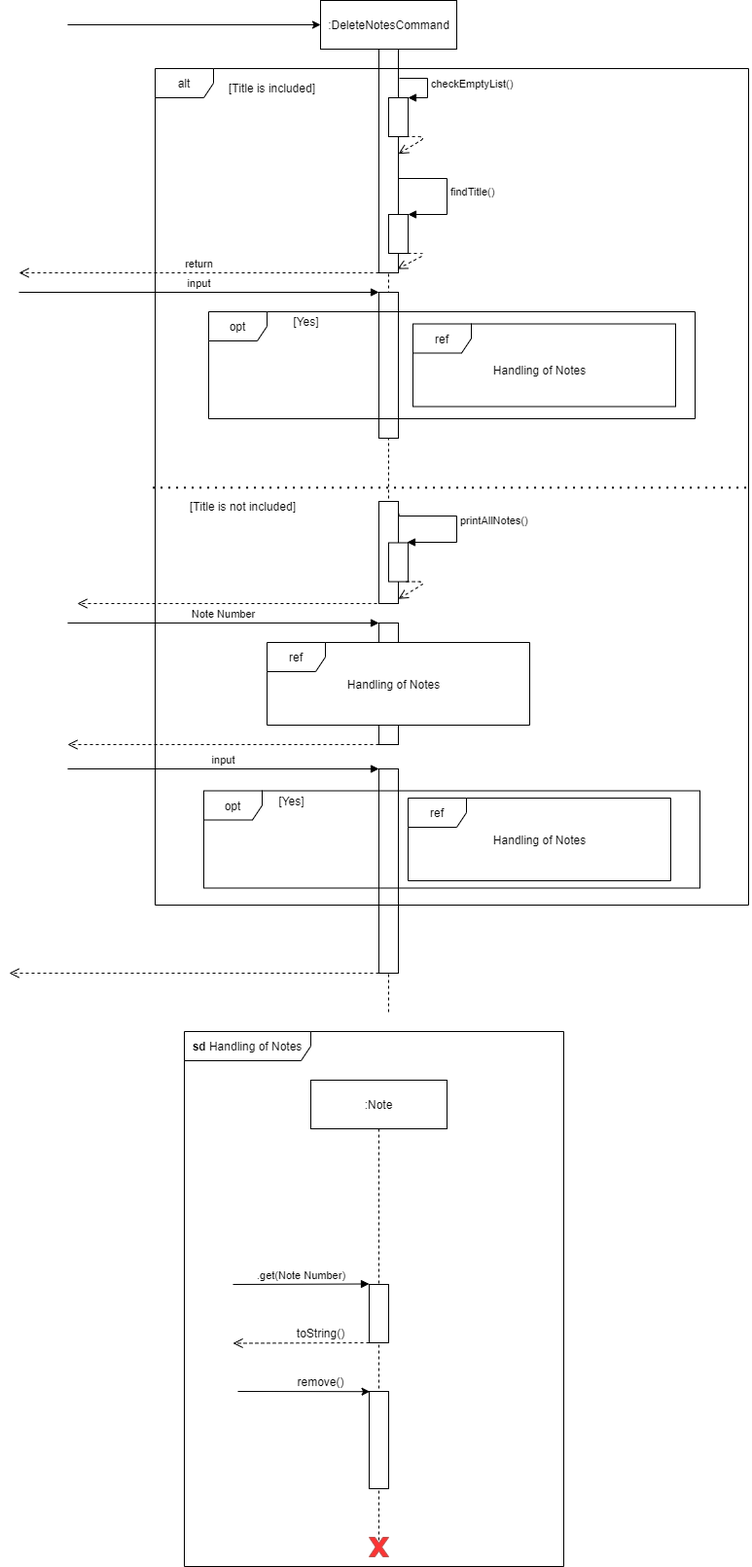
The draw.io diagram docs/images/DeveloperGuide/Figure 4.5-2.png in skyaxe97/tp, before a commit. Source tidied: cells renumbered, new cells last; positions are measured from the earlier drawing's top-left corner, leaving out a move shared by most shapes.
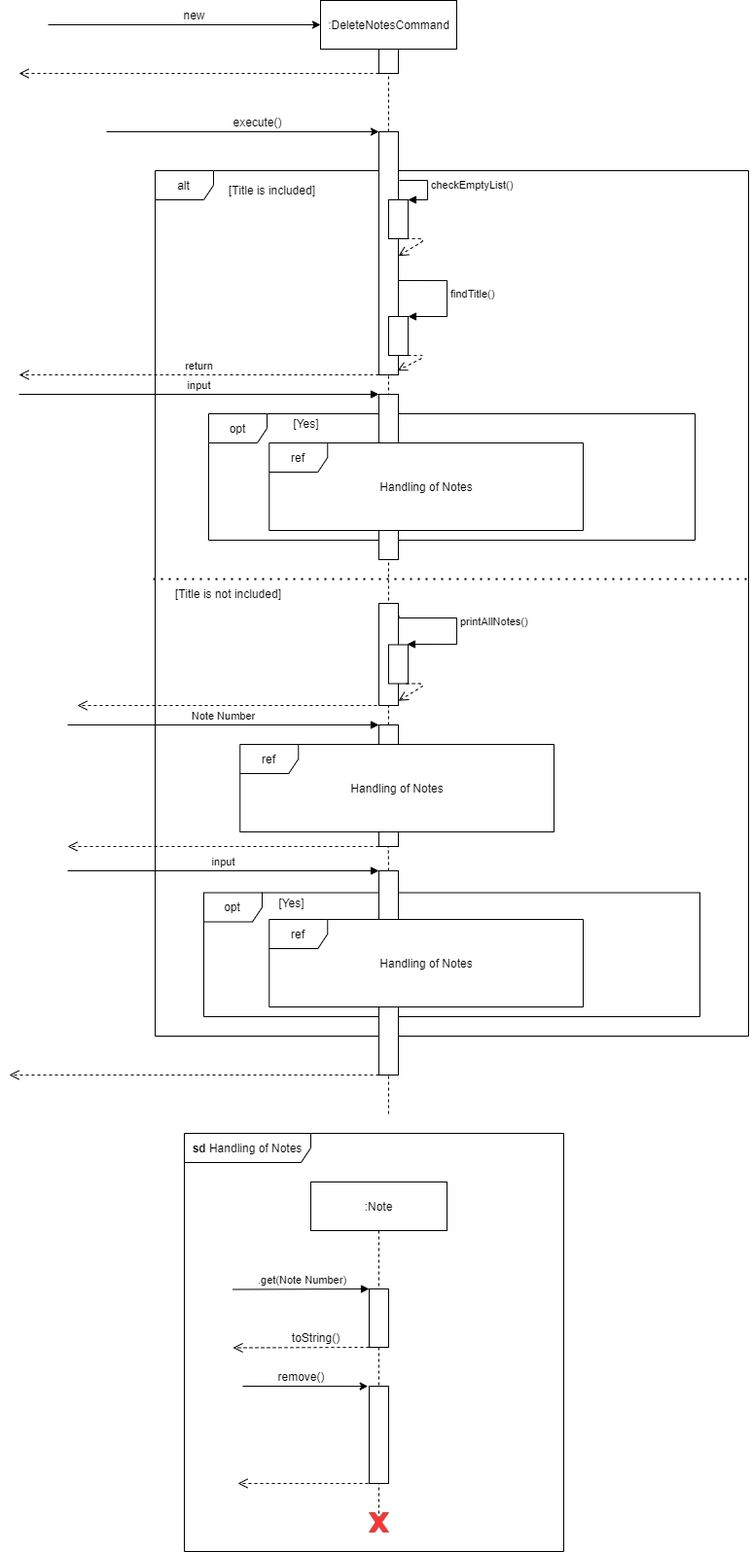
After the commit.

Diff of the diagram source:
```diff
@@ -2,31 +2,40 @@
   <root>
     <mxCell id="0" />
     <mxCell id="1" parent="0" />
+    <mxCell id="5" value="&lt;b&gt;sd &lt;/b&gt;Handling of&amp;nbsp;Notes" style="shape=umlFrame;whiteSpace=wrap;html=1;fillColor=#FFFFFF;width=130;height=30;" parent="1" vertex="1">
+      <mxGeometry x="180" y="1060" width="390" height="430" as="geometry" />
+    </mxCell>
+    <mxCell id="52" value="alt" style="shape=umlFrame;whiteSpace=wrap;html=1;" parent="1" vertex="1">
+      <mxGeometry x="150" y="70" width="610" height="890" as="geometry" />
+    </mxCell>
+    <mxCell id="51" value="opt" style="shape=umlFrame;whiteSpace=wrap;html=1;" parent="1" vertex="1">
+      <mxGeometry x="200" y="812.5" width="510" height="127.5" as="geometry" />
+    </mxCell>
+    <mxCell id="21" value="opt" style="shape=umlFrame;whiteSpace=wrap;html=1;" parent="1" vertex="1">
+      <mxGeometry x="205" y="320" width="500" height="130" as="geometry" />
+    </mxCell>
     <mxCell id="2" style="rounded=0;whiteSpace=wrap;html=1;" parent="1" vertex="1">
       <mxGeometry x="380" y="640" width="20" height="20" as="geometry" />
     </mxCell>
     <mxCell id="3" style="endArrow=none;dashed=1;html=1;entryX=0.5;entryY=1;entryDx=0;entryDy=0;exitX=0.5;exitY=1;exitDx=0;exitDy=0;" parent="1" edge="1" source="30" target="9">
       <mxGeometry relative="1" as="geometry" />
     </mxCell>
-    <mxCell id="4" style="rounded=0;whiteSpace=wrap;html=1;" parent="1" vertex="1">
-      <mxGeometry x="380" y="300" width="20" height="150" as="geometry" />
+    <mxCell id="4" style="rounded=0;whiteSpace=wrap;html=1;fillColor=#FFFFFF;" parent="1" vertex="1">
+      <mxGeometry x="380" y="300" width="20" height="170" as="geometry" />
     </mxCell>
-    <mxCell id="5" value="&lt;b&gt;sd &lt;/b&gt;Handling of&amp;nbsp;Notes" style="shape=umlFrame;whiteSpace=wrap;html=1;fillColor=#FFFFFF;width=130;height=30;" parent="1" vertex="1">
-      <mxGeometry x="180" y="1060" width="390" height="550" as="geometry" />
-    </mxCell>
     <mxCell id="6" value=":DeleteNotesCommand" style="html=1;" parent="1" vertex="1">
-      <mxGeometry x="320" width="140" height="50" as="geometry" />
+      <mxGeometry x="320" y="-105" width="140" height="50" as="geometry" />
     </mxCell>
-    <mxCell id="7" style="endArrow=none;dashed=1;html=1;entryX=0.5;entryY=1;entryDx=0;entryDy=0;" parent="1" edge="1" source="9" target="6">
+    <mxCell id="7" style="endArrow=none;dashed=1;html=1;entryX=0.5;entryY=1;entryDx=0;entryDy=0;" parent="1" edge="1" source="54" target="6">
       <mxGeometry relative="1" as="geometry" />
     </mxCell>
     <mxCell id="8" style="endArrow=classic;html=1;entryX=0;entryY=0.5;entryDx=0;entryDy=0;" parent="1" edge="1" target="6">
       <mxGeometry relative="1" as="geometry">
-        <mxPoint x="60" y="25" as="sourcePoint" />
+        <mxPoint x="40" y="-80" as="sourcePoint" />
       </mxGeometry>
     </mxCell>
     <mxCell id="9" style="rounded=0;whiteSpace=wrap;html=1;" parent="1" vertex="1">
-      <mxGeometry x="380" y="50" width="20" height="230" as="geometry" />
+      <mxGeometry x="380" y="30" width="20" height="250" as="geometry" />
     </mxCell>
     <mxCell id="10" style="html=1;points=[];perimeter=orthogonalPerimeter;" parent="1" vertex="1">
       <mxGeometry x="390" y="100" width="20" height="40" as="geometry" />
@@ -40,14 +49,16 @@
         </Array>
       </mxGeometry>
     </mxCell>
-    <mxCell id="12" style="endArrow=none;dashed=1;html=1;dashPattern=1 3;strokeWidth=2;exitX=-0.004;exitY=0.501;exitDx=0;exitDy=0;exitPerimeter=0;entryX=1.001;entryY=0.501;entryDx=0;entryDy=0;entryPerimeter=0;" parent="1" edge="1" source="52" target="52">
-      <mxGeometry relative="1" as="geometry" />
+    <mxCell id="12" style="endArrow=none;dashed=1;html=1;dashPattern=1 3;strokeWidth=2;entryX=1;entryY=0.472;entryDx=0;entryDy=0;entryPerimeter=0;" parent="1" edge="1" target="52">
+      <mxGeometry relative="1" as="geometry">
+        <mxPoint x="148" y="490" as="sourcePoint" />
+      </mxGeometry>
     </mxCell>
     <mxCell id="13" value="[Title is included]" style="text;html=1;align=center;verticalAlign=middle;" parent="1" vertex="1">
       <mxGeometry x="220" y="80" width="100" height="20" as="geometry" />
     </mxCell>
     <mxCell id="14" value="[Title is not included]" style="text;html=1;align=center;verticalAlign=middle;" parent="1" vertex="1">
-      <mxGeometry x="180" y="510" width="120" height="20" as="geometry" />
+      <mxGeometry x="165" y="495" width="120" height="20" as="geometry" />
     </mxCell>
     <mxCell id="15" style="html=1;points=[];perimeter=orthogonalPerimeter;" parent="1" vertex="1">
       <mxGeometry x="390" y="220" width="20" height="40" as="geometry" />
@@ -62,20 +73,17 @@
       </mxGeometry>
     </mxCell>
     <mxCell id="17" value=":Note" style="shape=umlLifeline;perimeter=lifelinePerimeter;whiteSpace=wrap;html=1;size=50;" parent="1" vertex="1">
-      <mxGeometry x="310" y="1110" width="140" height="480" as="geometry" />
+      <mxGeometry x="310" y="1110" width="140" height="350" as="geometry" />
     </mxCell>
     <mxCell id="18" style="html=1;points=[];perimeter=orthogonalPerimeter;" parent="17" vertex="1">
-      <mxGeometry x="60" y="320" width="20" height="100" as="geometry" />
+      <mxGeometry x="60" y="210" width="20" height="100" as="geometry" />
     </mxCell>
     <mxCell id="19" style="html=1;perimeter=orthogonalPerimeter;" parent="17" vertex="1">
-      <mxGeometry x="60" y="210" width="20" height="60" as="geometry" />
+      <mxGeometry x="60" y="110" width="20" height="60" as="geometry" />
     </mxCell>
     <mxCell id="20" style="verticalLabelPosition=bottom;verticalAlign=top;html=1;shape=mxgraph.basic.x;strokeColor=#b85450;fillColor=#FF3333;" parent="17" vertex="1">
-      <mxGeometry x="60" y="470" width="20" height="20" as="geometry" />
+      <mxGeometry x="60" y="340" width="20" height="20" as="geometry" />
     </mxCell>
-    <mxCell id="21" value="opt" style="shape=umlFrame;whiteSpace=wrap;html=1;" parent="1" vertex="1">
-      <mxGeometry x="205" y="320" width="500" height="110" as="geometry" />
-    </mxCell>
     <mxCell id="22" value="[Yes]" style="text;html=1;align=center;verticalAlign=middle;" parent="1" vertex="1">
       <mxGeometry x="285" y="320" width="40" height="20" as="geometry" />
     </mxCell>
@@ -129,39 +137,22 @@
     </mxCell>
     <mxCell id="32" value=".get(Note Number)" style="html=1;verticalAlign=bottom;endArrow=block;" parent="1" edge="1">
       <mxGeometry relative="1" as="geometry">
-        <mxPoint x="230" y="1320" as="sourcePoint" />
-        <mxPoint x="370" y="1319.5" as="targetPoint" />
+        <mxPoint x="230" y="1220.5" as="sourcePoint" />
+        <mxPoint x="370" y="1220" as="targetPoint" />
       </mxGeometry>
     </mxCell>
     <mxCell id="33" style="html=1;verticalAlign=bottom;endArrow=open;dashed=1;endSize=8;" parent="1" edge="1">
       <mxGeometry relative="1" as="geometry">
-        <mxPoint x="370" y="1380" as="sourcePoint" />
-        <mxPoint x="230" y="1380.5" as="targetPoint" />
+        <mxPoint x="370" y="1280" as="sourcePoint" />
+        <mxPoint x="230" y="1280.5" as="targetPoint" />
       </mxGeometry>
     </mxCell>
     <mxCell id="34" value="toString()" style="text;html=1;align=center;verticalAlign=middle;" parent="1" vertex="1">
-      <mxGeometry x="290" y="1360" width="60" height="20" as="geometry" />
+      <mxGeometry x="285" y="1260" width="60" height="20" as="geometry" />
     </mxCell>
-    <mxCell id="35" style="endArrow=classic;html=1;entryX=0.03;entryY=0.002;entryDx=0;entryDy=0;entryPerimeter=0;" parent="1" edge="1" target="18">
-      <mxGeometry relative="1" as="geometry">
-        <mxPoint x="235" y="1430" as="sourcePoint" />
-      </mxGeometry>
-    </mxCell>
     <mxCell id="36" value="remove()" style="text;html=1;align=center;verticalAlign=middle;" parent="1" vertex="1">
-      <mxGeometry x="290" y="1410" width="60" height="20" as="geometry" />
+      <mxGeometry x="270" y="1300" width="60" height="20" as="geometry" />
     </mxCell>
-    <mxCell id="37" value="ref" style="shape=umlFrame;whiteSpace=wrap;html=1;fillColor=#FFFFFF;" parent="1" vertex="1">
-      <mxGeometry x="415" y="332.5" width="270" height="85" as="geometry" />
-    </mxCell>
-    <mxCell id="38" value="Handling of Notes" style="text;html=1;align=center;verticalAlign=middle;" parent="1" vertex="1">
-      <mxGeometry x="490" y="370" width="110" height="20" as="geometry" />
-    </mxCell>
-    <mxCell id="39" value="ref" style="shape=umlFrame;whiteSpace=wrap;html=1;fillColor=#FFFFFF;" parent="1" vertex="1">
-      <mxGeometry x="410" y="820" width="270" height="85" as="geometry" />
-    </mxCell>
-    <mxCell id="40" value="Handling of Notes" style="text;html=1;align=center;verticalAlign=middle;" parent="1" vertex="1">
-      <mxGeometry x="490" y="852.5" width="110" height="20" as="geometry" />
-    </mxCell>
     <mxCell id="41" value="Handling of Notes" style="text;html=1;align=center;verticalAlign=middle;" parent="1" vertex="1">
       <mxGeometry x="340" y="692.5" width="110" height="20" as="geometry" />
     </mxCell>
@@ -210,17 +201,79 @@
         <mxPoint x="70" y="620" as="targetPoint" />
       </mxGeometry>
     </mxCell>
-    <mxCell id="49" value="ref" style="shape=umlFrame;whiteSpace=wrap;html=1;fillColor=#FFFFFF;" parent="1" vertex="1">
-      <mxGeometry x="265" y="660" width="270" height="85" as="geometry" />
-    </mxCell>
     <mxCell id="50" style="rounded=0;whiteSpace=wrap;html=1;" parent="1" vertex="1">
       <mxGeometry x="380" y="745" width="20" height="20" as="geometry" />
     </mxCell>
-    <mxCell id="51" value="opt" style="shape=umlFrame;whiteSpace=wrap;html=1;" parent="1" vertex="1">
-      <mxGeometry x="200" y="812.5" width="510" height="100" as="geometry" />
-    </mxCell>
-    <mxCell id="52" value="alt" style="shape=umlFrame;whiteSpace=wrap;html=1;" parent="1" vertex="1">
-      <mxGeometry x="150" y="70" width="610" height="860" as="geometry" />
-    </mxCell>
+    <mxCell id="53" value="new" style="text;html=1;align=center;verticalAlign=middle;" parent="1" vertex="1">
+      <mxGeometry x="170" y="-100" width="40" height="20" as="geometry" />
+    </mxCell>
+    <mxCell id="54" style="rounded=0;whiteSpace=wrap;html=1;" parent="1" vertex="1">
+      <mxGeometry x="380" y="-55" width="20" height="25" as="geometry" />
+    </mxCell>
+    <mxCell id="55" style="endArrow=none;dashed=1;html=1;entryX=0.5;entryY=1;entryDx=0;entryDy=0;" parent="1" edge="1" source="9" target="54">
+      <mxGeometry relative="1" as="geometry" />
+    </mxCell>
+    <mxCell id="56" style="html=1;verticalAlign=bottom;endArrow=open;dashed=1;endSize=8;" parent="1" edge="1">
+      <mxGeometry relative="1" as="geometry">
+        <mxPoint x="380" y="-30" as="sourcePoint" />
+        <mxPoint x="10" y="-30" as="targetPoint" />
+      </mxGeometry>
+    </mxCell>
+    <mxCell id="57" style="endArrow=classic;html=1;entryX=0;entryY=0.5;entryDx=0;entryDy=0;" parent="1" edge="1">
+      <mxGeometry relative="1" as="geometry">
+        <mxPoint x="100" y="30" as="sourcePoint" />
+        <mxPoint x="380" y="30" as="targetPoint" />
+      </mxGeometry>
+    </mxCell>
+    <mxCell id="58" value="execute()" style="text;html=1;align=center;verticalAlign=middle;" parent="1" vertex="1">
+      <mxGeometry x="220" y="10" width="70" height="20" as="geometry" />
+    </mxCell>
+    <mxCell id="59" style="group;" parent="1" vertex="1">
+      <mxGeometry x="260" y="660" width="300" height="90" as="geometry" />
+    </mxCell>
+    <mxCell id="60" value="&lt;span style=&quot;background-color: rgb(255 , 255 , 255)&quot;&gt;ref&lt;/span&gt;" style="shape=umlFrame;whiteSpace=wrap;html=1;backgroundOutline=0;comic=0;swimlaneFillColor=#ffffff;" parent="59" vertex="1">
+      <mxGeometry x="-22.7" width="322.7" height="90" as="geometry" />
+    </mxCell>
+    <mxCell id="61" value="Handling of Notes" style="text;html=1;strokeColor=none;fillColor=none;align=center;verticalAlign=middle;whiteSpace=wrap;rounded=0;" parent="59" vertex="1">
+      <mxGeometry x="83.5" y="27" width="110.2" height="36" as="geometry" />
+    </mxCell>
+    <mxCell id="62" style="group;" parent="1" vertex="1">
+      <mxGeometry x="290" y="350" width="300" height="90" as="geometry" />
+    </mxCell>
+    <mxCell id="63" value="&lt;span style=&quot;background-color: rgb(255 , 255 , 255)&quot;&gt;ref&lt;/span&gt;" style="shape=umlFrame;whiteSpace=wrap;html=1;backgroundOutline=0;comic=0;swimlaneFillColor=#ffffff;" parent="62" vertex="1">
+      <mxGeometry x="-22.7" width="322.7" height="90" as="geometry" />
+    </mxCell>
+    <mxCell id="64" value="Handling of Notes" style="text;html=1;strokeColor=none;fillColor=none;align=center;verticalAlign=middle;whiteSpace=wrap;rounded=0;" parent="62" vertex="1">
+      <mxGeometry x="83.5" y="27" width="110.2" height="36" as="geometry" />
+    </mxCell>
+    <mxCell id="65" style="group;" parent="1" vertex="1">
+      <mxGeometry x="290" y="840" width="300" height="90" as="geometry" />
+    </mxCell>
+    <mxCell id="66" value="&lt;span style=&quot;background-color: rgb(255 , 255 , 255)&quot;&gt;ref&lt;/span&gt;" style="shape=umlFrame;whiteSpace=wrap;html=1;backgroundOutline=0;comic=0;swimlaneFillColor=#ffffff;" parent="65" vertex="1">
+      <mxGeometry x="-22.7" width="322.7" height="90" as="geometry" />
+    </mxCell>
+    <mxCell id="67" value="Handling of Notes" style="text;html=1;strokeColor=none;fillColor=none;align=center;verticalAlign=middle;whiteSpace=wrap;rounded=0;" parent="65" vertex="1">
+      <mxGeometry x="83.5" y="27" width="110.2" height="36" as="geometry" />
+    </mxCell>
+    <mxCell id="68" style="endArrow=none;dashed=1;html=1;entryX=0.5;entryY=1;entryDx=0;entryDy=0;exitX=0.5;exitY=0;exitDx=0;exitDy=0;" parent="1" edge="1" source="2" target="30">
+      <mxGeometry relative="1" as="geometry" />
+    </mxCell>
+    <mxCell id="69" style="endArrow=none;dashed=1;html=1;entryX=0.5;entryY=1;entryDx=0;entryDy=0;" parent="1" edge="1">
+      <mxGeometry relative="1" as="geometry">
+        <mxPoint x="390" y="790" as="sourcePoint" />
+        <mxPoint x="389.7" y="765" as="targetPoint" />
+      </mxGeometry>
+    </mxCell>
+    <mxCell id="70" style="html=1;verticalAlign=bottom;endArrow=open;dashed=1;endSize=8;" parent="1" edge="1">
+      <mxGeometry relative="1" as="geometry">
+        <mxPoint x="375" y="1420" as="sourcePoint" />
+        <mxPoint x="235" y="1420" as="targetPoint" />
+      </mxGeometry>
+    </mxCell>
+    <mxCell id="35" style="endArrow=classic;html=1;entryX=-0.064;entryY=0.001;entryDx=0;entryDy=0;entryPerimeter=0;" parent="1" edge="1" target="18">
+      <mxGeometry relative="1" as="geometry">
+        <mxPoint x="240" y="1320" as="sourcePoint" />
+      </mxGeometry>
+    </mxCell>
   </root>
 </mxGraphModel>
```
